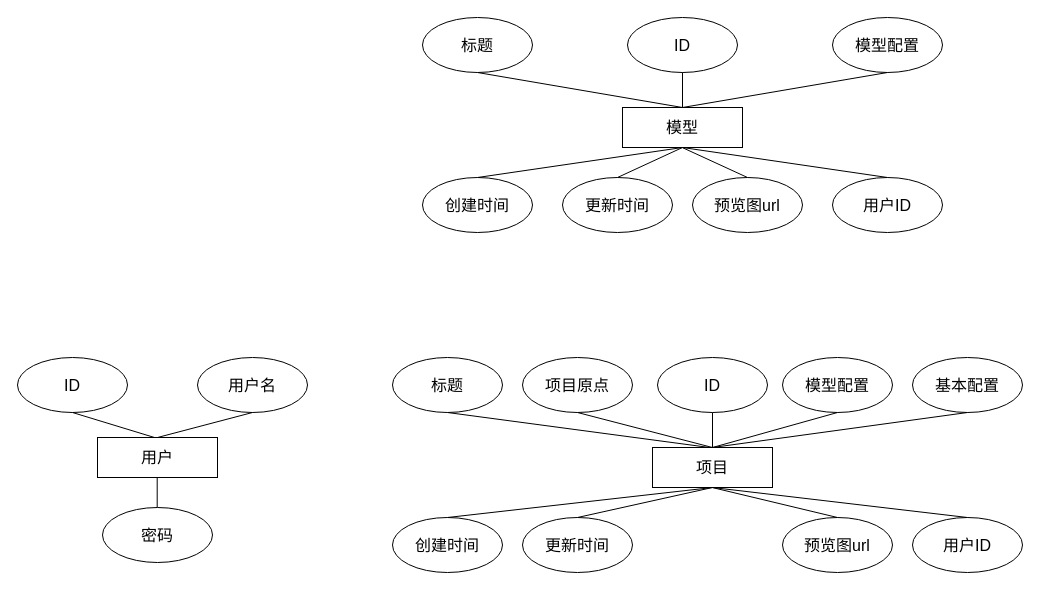
Above: page "第 3 页" (3 of 4) of 项目.drawio in AyuShiQi/GIS (draw.io), before the change. Source tidied: cells renumbered, new cells numbered last; positions are measured from the earlier drawing's top-left corner, leaving out a move shared by most shapes. Both pictures are drawn from the tidied source at 100%, with x=0, y=0 at pixel (17, 17).
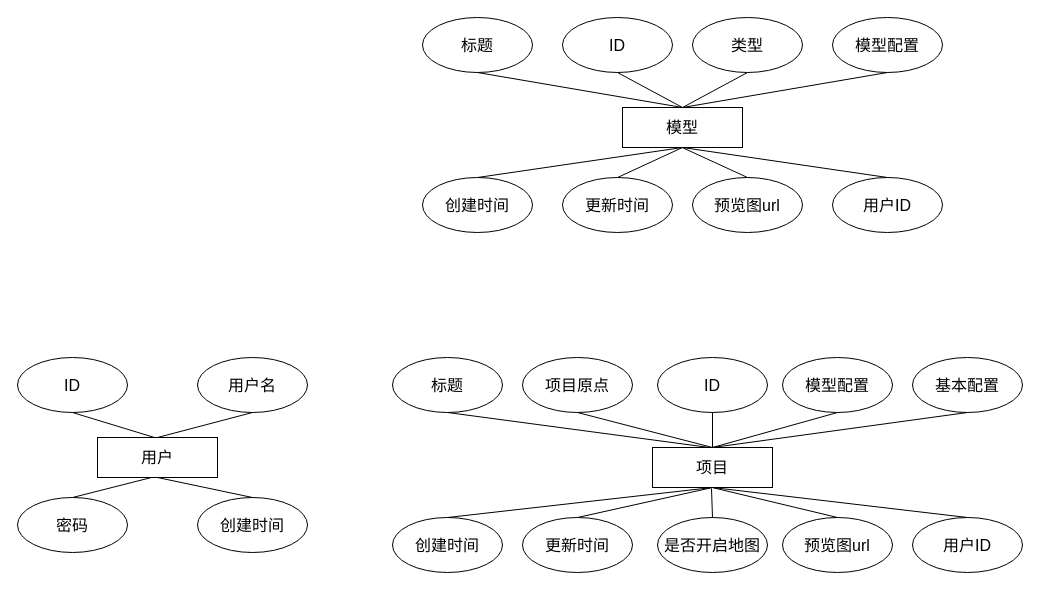
The same diagram, later.

The change refers to these unchanged cells:
```xml
<mxCell id="3" value="&lt;font&gt;用户&lt;/font&gt;" style="rounded=0;whiteSpace=wrap;html=1;fontSize=16;" parent="1" vertex="1">
  <mxGeometry x="80" y="420" width="120" height="40" as="geometry" />
</mxCell>
```

What changed in the source:
```diff
@@
     <mxCell id="5" value="密码" style="ellipse;whiteSpace=wrap;html=1;gradientColor=none;fontSize=16;" parent="1" vertex="1">
-      <mxGeometry x="85" y="490" width="110" height="55" as="geometry" />
+      <mxGeometry y="480" width="110" height="55" as="geometry" />
     </mxCell>
@@
-    <mxCell id="8" style="endArrow=none;html=1;rounded=0;entryX=0.5;entryY=1;entryDx=0;entryDy=0;" parent="1" edge="1">
+    <mxCell id="8" style="endArrow=none;html=1;rounded=0;exitX=0.5;exitY=0;exitDx=0;exitDy=0;" parent="1" edge="1" source="5">
       <mxGeometry relative="1" as="geometry">
-        <mxPoint x="139.7" y="490" as="sourcePoint" />
-        <mxPoint x="139.7" y="460" as="targetPoint" />
+        <mxPoint x="134" y="460" as="targetPoint" />
       </mxGeometry>
     </mxCell>
@@
     <mxCell id="35" value="ID" style="ellipse;whiteSpace=wrap;html=1;gradientColor=none;fontSize=16;" parent="1" vertex="1">
-      <mxGeometry x="610" width="110" height="55" as="geometry" />
+      <mxGeometry x="545" width="110" height="55" as="geometry" />
     </mxCell>
@@
+    <mxCell id="43" value="类型" style="ellipse;whiteSpace=wrap;html=1;gradientColor=none;fontSize=16;" parent="1" vertex="1">
+      <mxGeometry x="675" width="110" height="55" as="geometry" />
+    </mxCell>
+    <mxCell id="44" style="endArrow=none;html=1;rounded=0;entryX=0.5;entryY=1;entryDx=0;entryDy=0;" parent="1" edge="1" target="43">
+      <mxGeometry relative="1" as="geometry">
+        <mxPoint x="665" y="90" as="sourcePoint" />
+      </mxGeometry>
+    </mxCell>
+    <mxCell id="45" value="是否开启地图" style="ellipse;whiteSpace=wrap;html=1;gradientColor=none;fontSize=16;" parent="1" vertex="1">
+      <mxGeometry x="640" y="500" width="110" height="55" as="geometry" />
+    </mxCell>
+    <mxCell id="46" style="endArrow=none;html=1;rounded=0;exitX=0.5;exitY=0;exitDx=0;exitDy=0;" parent="1" edge="1" source="45">
+      <mxGeometry relative="1" as="geometry">
+        <mxPoint x="694" y="471" as="targetPoint" />
+      </mxGeometry>
+    </mxCell>
+    <mxCell id="47" value="创建时间" style="ellipse;whiteSpace=wrap;html=1;gradientColor=none;fontSize=16;" parent="1" vertex="1">
+      <mxGeometry x="180" y="480" width="110" height="55" as="geometry" />
+    </mxCell>
+    <mxCell id="48" style="endArrow=none;html=1;rounded=0;exitX=0.5;exitY=0;exitDx=0;exitDy=0;entryX=0.5;entryY=1;entryDx=0;entryDy=0;" parent="1" edge="1" source="47" target="3">
+      <mxGeometry relative="1" as="geometry" />
+    </mxCell>
```
